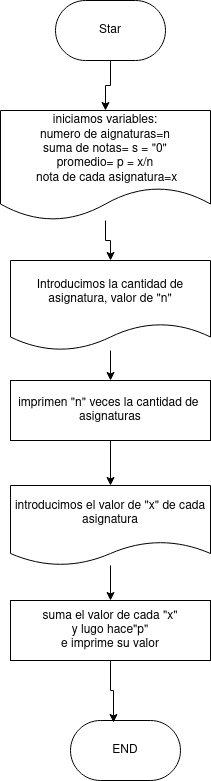
Above: Unidad-1/TareasUnidad1/images/Ejercicio8.drawio.png in adogonz23/programacion (draw.io), before the change. Source tidied: cells renumbered, new cells last; positions are measured from the earlier drawing's top-left corner, leaving out a move shared by most shapes. Source of this version:
```xml
<mxGraphModel>
  <root>
    <mxCell id="0" />
    <mxCell id="1" parent="0" />
    <mxCell id="2" style="edgeStyle=orthogonalEdgeStyle;rounded=0;jettySize=auto;html=1;" parent="1" edge="1" source="3" target="13">
      <mxGeometry relative="1" as="geometry" />
    </mxCell>
    <mxCell id="3" value="&lt;div&gt;iniciamos variables:&lt;/div&gt;&lt;div&gt;numero de aignaturas=n&lt;/div&gt;&lt;div&gt;suma de notas= s = &quot;0&quot; &lt;br&gt;&lt;/div&gt;&lt;div&gt;promedio= p = x/n&lt;br&gt;&lt;/div&gt;&lt;div&gt;&amp;nbsp;nota de cada asignatura=x&lt;br&gt;&lt;/div&gt;" style="shape=document;whiteSpace=wrap;html=1;boundedLbl=1;" parent="1" vertex="1">
      <mxGeometry y="110" width="210" height="110" as="geometry" />
    </mxCell>
    <mxCell id="4" style="edgeStyle=orthogonalEdgeStyle;rounded=0;jettySize=auto;html=1;entryX=0.5;entryY=0;entryDx=0;entryDy=0;" parent="1" edge="1" source="5" target="7">
      <mxGeometry relative="1" as="geometry" />
    </mxCell>
    <mxCell id="5" value="imprimen &quot;n&quot; veces la cantidad de&amp;nbsp; asignaturas" style="rounded=0;whiteSpace=wrap;html=1;" parent="1" vertex="1">
      <mxGeometry x="10" y="380" width="200" height="60" as="geometry" />
    </mxCell>
    <mxCell id="6" style="edgeStyle=orthogonalEdgeStyle;rounded=0;jettySize=auto;html=1;entryX=0.5;entryY=0;entryDx=0;entryDy=0;" parent="1" edge="1" source="7" target="8">
      <mxGeometry relative="1" as="geometry" />
    </mxCell>
    <mxCell id="7" value="introducimos el valor de &quot;x&quot; de cada asignatura " style="shape=document;whiteSpace=wrap;html=1;boundedLbl=1;" parent="1" vertex="1">
      <mxGeometry x="10" y="485" width="200" height="80" as="geometry" />
    </mxCell>
    <mxCell id="8" value="&lt;div&gt;suma el valor de cada &quot;x&quot;&lt;/div&gt;&lt;div&gt;y lugo hace&quot;p&quot;&lt;/div&gt;&lt;div&gt;e imprime su valor&lt;br&gt;&lt;/div&gt;" style="rounded=0;whiteSpace=wrap;html=1;" parent="1" vertex="1">
      <mxGeometry x="10" y="600" width="200" height="60" as="geometry" />
    </mxCell>
    <mxCell id="9" value="END" style="html=1;dashed=0;whiteSpace=wrap;shape=mxgraph.dfd.start;" parent="1" vertex="1">
      <mxGeometry x="70" y="720" width="110" height="60" as="geometry" />
    </mxCell>
    <mxCell id="10" style="edgeStyle=orthogonalEdgeStyle;rounded=0;jettySize=auto;html=1;entryX=0.5;entryY=0;entryDx=0;entryDy=0;" parent="1" edge="1" source="11" target="3">
      <mxGeometry relative="1" as="geometry" />
    </mxCell>
    <mxCell id="11" value="Star" style="html=1;dashed=0;whiteSpace=wrap;shape=mxgraph.dfd.start;" parent="1" vertex="1">
      <mxGeometry x="55" width="110" height="60" as="geometry" />
    </mxCell>
    <mxCell id="12" style="edgeStyle=orthogonalEdgeStyle;rounded=0;jettySize=auto;html=1;" parent="1" edge="1" source="13" target="5">
      <mxGeometry relative="1" as="geometry" />
    </mxCell>
    <mxCell id="13" value="Introducimos la cantidad de asignatura, valor de &quot;n&quot;" style="shape=document;whiteSpace=wrap;html=1;boundedLbl=1;" parent="1" vertex="1">
      <mxGeometry x="10" y="260" width="200" height="90" as="geometry" />
    </mxCell>
    <mxCell id="14" style="edgeStyle=orthogonalEdgeStyle;rounded=0;jettySize=auto;html=1;entryX=0.391;entryY=0.033;entryDx=0;entryDy=0;entryPerimeter=0;" parent="1" edge="1" source="8" target="9">
      <mxGeometry relative="1" as="geometry" />
    </mxCell>
  </root>
</mxGraphModel>
```
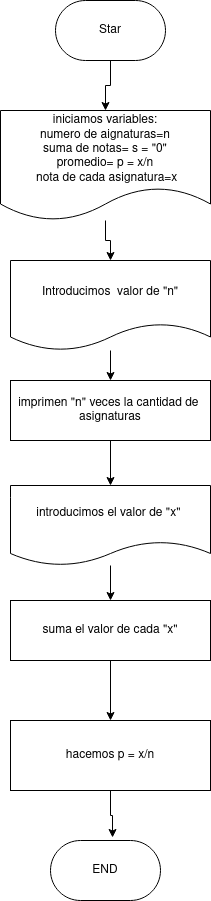
After the commit.

What changed in the source:
```diff
@@ -17,14 +17,17 @@
     <mxCell id="6" style="edgeStyle=orthogonalEdgeStyle;rounded=0;jettySize=auto;html=1;entryX=0.5;entryY=0;entryDx=0;entryDy=0;" parent="1" edge="1" source="7" target="8">
       <mxGeometry relative="1" as="geometry" />
     </mxCell>
-    <mxCell id="7" value="introducimos el valor de &quot;x&quot; de cada asignatura " style="shape=document;whiteSpace=wrap;html=1;boundedLbl=1;" parent="1" vertex="1">
+    <mxCell id="7" value="introducimos el valor de &quot;x&quot;&amp;nbsp; " style="shape=document;whiteSpace=wrap;html=1;boundedLbl=1;" parent="1" vertex="1">
       <mxGeometry x="10" y="485" width="200" height="80" as="geometry" />
     </mxCell>
+    <mxCell id="15" style="edgeStyle=orthogonalEdgeStyle;rounded=0;jettySize=auto;html=1;entryX=0.5;entryY=0;entryDx=0;entryDy=0;" parent="1" edge="1" source="8" target="16">
+      <mxGeometry relative="1" as="geometry" />
+    </mxCell>
-    <mxCell id="8" value="&lt;div&gt;suma el valor de cada &quot;x&quot;&lt;/div&gt;&lt;div&gt;y lugo hace&quot;p&quot;&lt;/div&gt;&lt;div&gt;e imprime su valor&lt;br&gt;&lt;/div&gt;" style="rounded=0;whiteSpace=wrap;html=1;" parent="1" vertex="1">
+    <mxCell id="8" value="&lt;div&gt;suma el valor de cada &quot;x&quot;&lt;/div&gt;" style="rounded=0;whiteSpace=wrap;html=1;" parent="1" vertex="1">
       <mxGeometry x="10" y="600" width="200" height="60" as="geometry" />
     </mxCell>
     <mxCell id="9" value="END" style="html=1;dashed=0;whiteSpace=wrap;shape=mxgraph.dfd.start;" parent="1" vertex="1">
-      <mxGeometry x="70" y="720" width="110" height="60" as="geometry" />
+      <mxGeometry x="50" y="840" width="110" height="60" as="geometry" />
     </mxCell>
     <mxCell id="10" style="edgeStyle=orthogonalEdgeStyle;rounded=0;jettySize=auto;html=1;entryX=0.5;entryY=0;entryDx=0;entryDy=0;" parent="1" edge="1" source="11" target="3">
       <mxGeometry relative="1" as="geometry" />
@@ -35,11 +38,14 @@
     <mxCell id="12" style="edgeStyle=orthogonalEdgeStyle;rounded=0;jettySize=auto;html=1;" parent="1" edge="1" source="13" target="5">
       <mxGeometry relative="1" as="geometry" />
     </mxCell>
-    <mxCell id="13" value="Introducimos la cantidad de asignatura, valor de &quot;n&quot;" style="shape=document;whiteSpace=wrap;html=1;boundedLbl=1;" parent="1" vertex="1">
+    <mxCell id="13" value="Introducimos&amp;nbsp; valor de &quot;n&quot;" style="shape=document;whiteSpace=wrap;html=1;boundedLbl=1;" parent="1" vertex="1">
       <mxGeometry x="10" y="260" width="200" height="90" as="geometry" />
     </mxCell>
-    <mxCell id="14" style="edgeStyle=orthogonalEdgeStyle;rounded=0;jettySize=auto;html=1;entryX=0.391;entryY=0.033;entryDx=0;entryDy=0;entryPerimeter=0;" parent="1" edge="1" source="8" target="9">
-      <mxGeometry relative="1" as="geometry" />
-    </mxCell>
+    <mxCell id="16" value="hacemos p = x/n" style="rounded=0;whiteSpace=wrap;html=1;" parent="1" vertex="1">
+      <mxGeometry x="10" y="720" width="200" height="70" as="geometry" />
+    </mxCell>
+    <mxCell id="17" style="edgeStyle=orthogonalEdgeStyle;rounded=0;jettySize=auto;html=1;entryX=0.564;entryY=-0.05;entryDx=0;entryDy=0;entryPerimeter=0;" parent="1" edge="1" source="16" target="9">
+      <mxGeometry relative="1" as="geometry" />
+    </mxCell>
   </root>
 </mxGraphModel>
```
